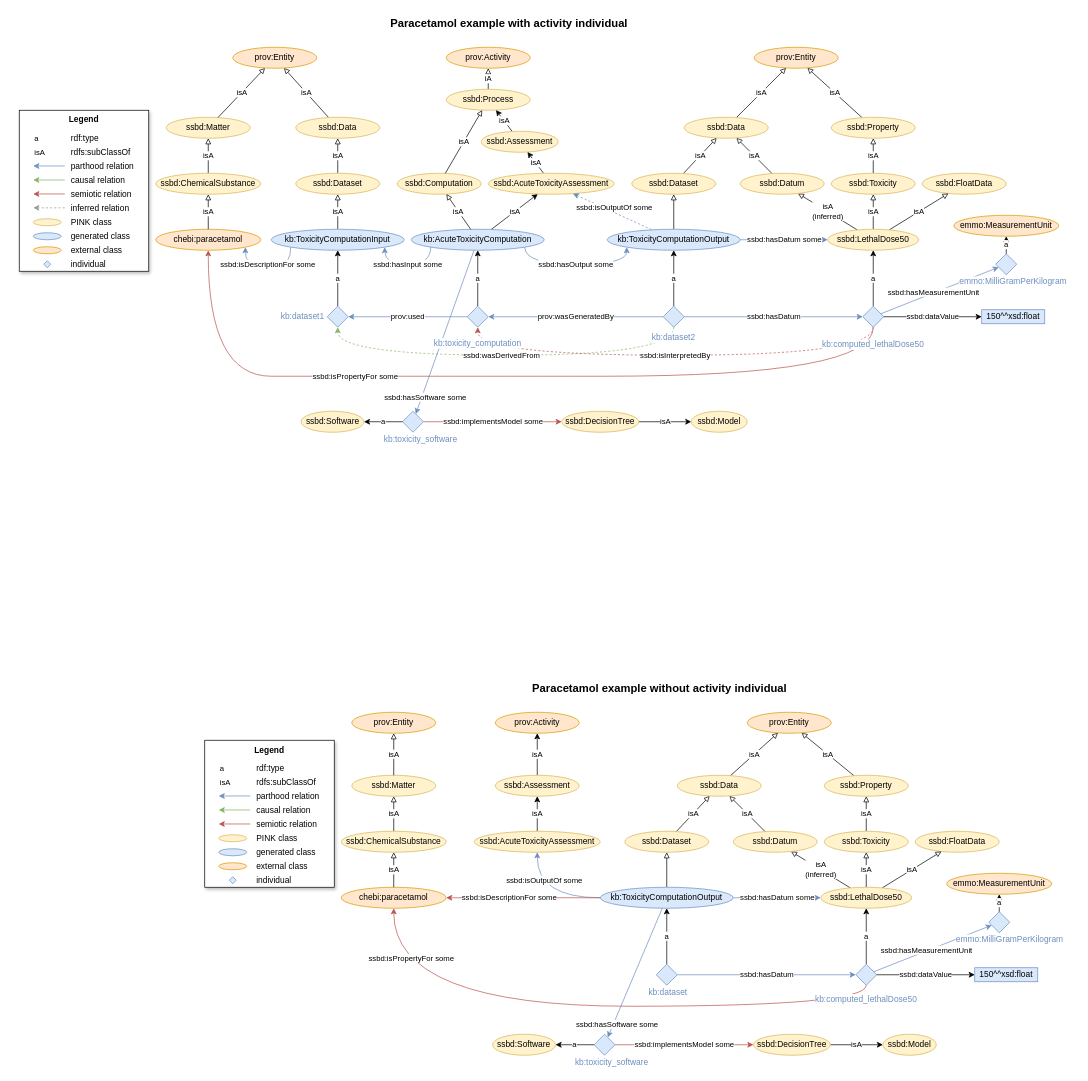
Above: page "example" (6 of 8) of docs/figs/figures.drawio in ssbd-ontology/core (draw.io), before the change. Source tidied: cells renumbered, new cells numbered last; positions are measured from the earlier drawing's top-left corner, leaving out a move shared by most shapes. Both pictures are drawn from the tidied source at 70%, with x=0, y=0 at pixel (12, 12).
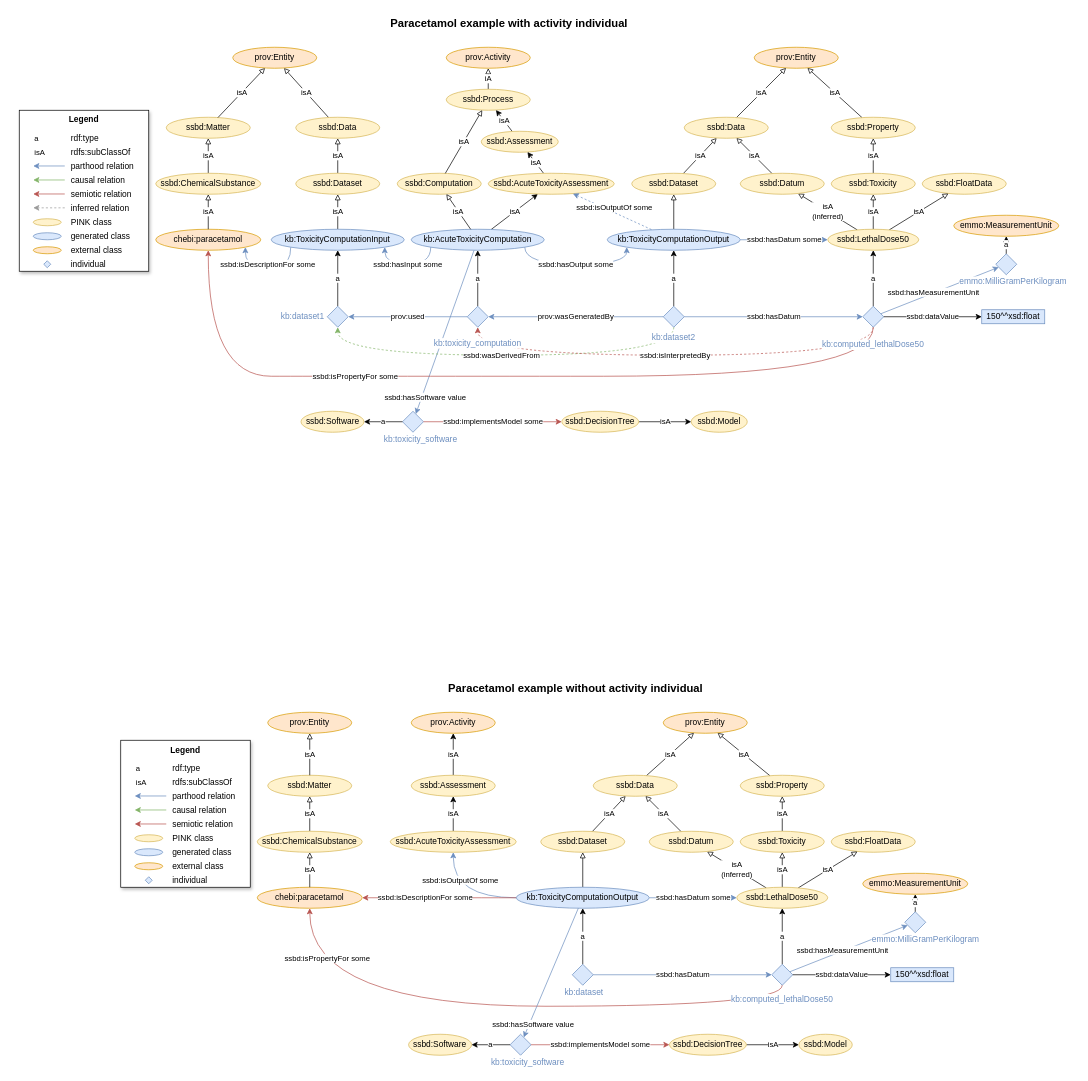
The same diagram, later.

Unchanged cells that the change refers to:
```xml
<mxCell id="21" value="kb:AcuteToxicityComputation" style="ellipse;whiteSpace=wrap;html=1;fillColor=#dae8fc;strokeColor=#6c8ebf;" parent="1" vertex="1">
  <mxGeometry x="570" y="310" width="190" height="30" as="geometry" />
</mxCell>
<mxCell id="75" style="rhombus;whiteSpace=wrap;html=1;fillColor=#dae8fc;strokeColor=#6c8ebf;" parent="1" vertex="1">
  <mxGeometry x="557.5" y="570" width="30" height="30" as="geometry" />
</mxCell>
```

What changed in the source:
```diff
@@
     <mxCell id="2" style="rounded=0;whiteSpace=wrap;html=1;labelBackgroundColor=default;fontColor=#6C8EBF;strokeColor=none;" parent="1" vertex="1">
-      <mxGeometry x="270" y="950" width="1240" height="560" as="geometry" />
+      <mxGeometry x="150" y="950" width="1240" height="560" as="geometry" />
     </mxCell>
@@
-    <mxCell id="4" value="ssbd:hasSoftware some" style="edgeStyle=none;shape=connector;rounded=0;jettySize=auto;html=1;strokeColor=#6c8ebf;align=center;verticalAlign=middle;fontFamily=Helvetica;fontSize=11;fontColor=default;labelBackgroundColor=default;endArrow=classic;endFill=1;fillColor=#dae8fc;" parent="1" edge="1" source="21" target="75">
+    <mxCell id="4" value="ssbd:hasSoftware value" style="edgeStyle=none;shape=connector;rounded=0;jettySize=auto;html=1;strokeColor=#6c8ebf;align=center;verticalAlign=middle;fontFamily=Helvetica;fontSize=11;fontColor=default;labelBackgroundColor=default;endArrow=classic;endFill=1;fillColor=#dae8fc;" parent="1" edge="1" source="21" target="75">
       <mxGeometry x="0.78" y="5" relative="1" as="geometry" />
     </mxCell>
@@
     <mxCell id="88" value="&lt;span style=&quot;font-size: 12px;&quot;&gt;emmo:MilliGramPerKilogram&lt;/span&gt;" style="text;html=1;whiteSpace=wrap;strokeColor=none;fillColor=none;align=center;verticalAlign=middle;rounded=0;fontFamily=Helvetica;fontSize=11;fontColor=#6C8EBF;labelBackgroundColor=default;" parent="1" vertex="1">
-      <mxGeometry x="1340" y="1315" width="170" height="20" as="geometry" />
+      <mxGeometry x="1220" y="1315" width="170" height="20" as="geometry" />
     </mxCell>
@@
     <mxCell id="90" value="chebi:paracetamol" style="ellipse;whiteSpace=wrap;html=1;fillColor=#ffe6cc;strokeColor=#d79b00;" parent="1" vertex="1">
-      <mxGeometry x="470" y="1250" width="150" height="30" as="geometry" />
+      <mxGeometry x="350" y="1250" width="150" height="30" as="geometry" />
     </mxCell>
     <mxCell id="91" value="ssbd:Matter" style="ellipse;whiteSpace=wrap;html=1;fillColor=#fff2cc;strokeColor=#d6b656;" parent="1" vertex="1">
-      <mxGeometry x="485" y="1090" width="120" height="30" as="geometry" />
+      <mxGeometry x="365" y="1090" width="120" height="30" as="geometry" />
     </mxCell>
@@
     <mxCell id="93" value="prov:Entity" style="ellipse;whiteSpace=wrap;html=1;fillColor=#ffe6cc;strokeColor=#d79b00;" parent="1" vertex="1">
-      <mxGeometry x="485" y="1000" width="120" height="30" as="geometry" />
+      <mxGeometry x="365" y="1000" width="120" height="30" as="geometry" />
     </mxCell>
     <mxCell id="94" value="prov:Activity" style="ellipse;whiteSpace=wrap;html=1;fillColor=#ffe6cc;strokeColor=#d79b00;" parent="1" vertex="1">
-      <mxGeometry x="690" y="1000" width="120" height="30" as="geometry" />
+      <mxGeometry x="570" y="1000" width="120" height="30" as="geometry" />
     </mxCell>
@@
     <mxCell id="97" value="kb:ToxicityComputationOutput" style="ellipse;whiteSpace=wrap;html=1;fillColor=#dae8fc;strokeColor=#6c8ebf;" parent="1" vertex="1">
-      <mxGeometry x="840" y="1250" width="190" height="30" as="geometry" />
+      <mxGeometry x="720" y="1250" width="190" height="30" as="geometry" />
     </mxCell>
     <mxCell id="98" value="a" style="rounded=0;jettySize=auto;html=1;" parent="1" edge="1" source="99">
       <mxGeometry relative="1" as="geometry">
-        <mxPoint x="935" y="1280" as="targetPoint" />
+        <mxPoint x="815" y="1280" as="targetPoint" />
       </mxGeometry>
     </mxCell>
     <mxCell id="99" style="rhombus;whiteSpace=wrap;html=1;fillColor=#dae8fc;strokeColor=#6c8ebf;" parent="1" vertex="1">
-      <mxGeometry x="920" y="1360" width="30" height="30" as="geometry" />
+      <mxGeometry x="800" y="1360" width="30" height="30" as="geometry" />
     </mxCell>
@@
     <mxCell id="101" value="ssbd:Property" style="ellipse;whiteSpace=wrap;html=1;fillColor=#fff2cc;strokeColor=#d6b656;" parent="1" vertex="1">
-      <mxGeometry x="1160" y="1090" width="120" height="30" as="geometry" />
+      <mxGeometry x="1040" y="1090" width="120" height="30" as="geometry" />
     </mxCell>
@@
     <mxCell id="104" value="ssbd:Toxicity" style="ellipse;whiteSpace=wrap;html=1;fillColor=#fff2cc;strokeColor=#d6b656;" parent="1" vertex="1">
-      <mxGeometry x="1160" y="1170" width="120" height="30" as="geometry" />
+      <mxGeometry x="1040" y="1170" width="120" height="30" as="geometry" />
     </mxCell>
@@
     <mxCell id="106" value="ssbd:Datum" style="ellipse;whiteSpace=wrap;html=1;fillColor=#fff2cc;strokeColor=#d6b656;" parent="1" vertex="1">
-      <mxGeometry x="1030" y="1170" width="120" height="30" as="geometry" />
+      <mxGeometry x="910" y="1170" width="120" height="30" as="geometry" />
     </mxCell>
     <mxCell id="107" value="isA" style="edgeStyle=none;shape=connector;rounded=0;orthogonalLoop=1;jettySize=auto;html=1;strokeColor=default;align=center;verticalAlign=middle;fontFamily=Helvetica;fontSize=11;fontColor=default;labelBackgroundColor=default;endArrow=block;endFill=0;" parent="1" edge="1">
       <mxGeometry relative="1" as="geometry">
-        <mxPoint x="550" y="1170" as="sourcePoint" />
+        <mxPoint x="430" y="1170" as="sourcePoint" />
       </mxGeometry>
     </mxCell>
     <mxCell id="108" value="prov:Entity" style="ellipse;whiteSpace=wrap;html=1;fillColor=#ffe6cc;strokeColor=#d79b00;" parent="1" vertex="1">
-      <mxGeometry x="1050" y="1000" width="120" height="30" as="geometry" />
+      <mxGeometry x="930" y="1000" width="120" height="30" as="geometry" />
     </mxCell>
@@
     <mxCell id="110" style="rhombus;whiteSpace=wrap;html=1;fillColor=#dae8fc;strokeColor=#6c8ebf;" parent="1" vertex="1">
-      <mxGeometry x="1205" y="1360" width="30" height="30" as="geometry" />
+      <mxGeometry x="1085" y="1360" width="30" height="30" as="geometry" />
     </mxCell>
@@
     <mxCell id="112" value="ssbd:isPropertyFor some" style="edgeStyle=orthogonalEdgeStyle;shape=connector;rounded=0;jettySize=auto;html=1;strokeColor=#b85450;align=center;verticalAlign=middle;fontFamily=Helvetica;fontSize=11;fontColor=default;labelBackgroundColor=default;endArrow=classic;endFill=1;curved=1;fillColor=#f8cecc;exitX=0.5;exitY=1;exitDx=0;exitDy=0;" parent="1" edge="1" source="110" target="90">
       <mxGeometry x="0.83" y="-25" relative="1" as="geometry">
         <Array as="points">
-          <mxPoint x="1220" y="1420" />
-          <mxPoint x="545" y="1420" />
+          <mxPoint x="1100" y="1420" />
+          <mxPoint x="425" y="1420" />
         </Array>
       </mxGeometry>
     </mxCell>
     <mxCell id="113" value="kb:computed_lethalDose50" style="text;html=1;align=center;verticalAlign=middle;whiteSpace=wrap;rounded=0;labelBackgroundColor=default;fontColor=#6C8EBF;" parent="1" vertex="1">
-      <mxGeometry x="1190" y="1400" width="60" height="20" as="geometry" />
+      <mxGeometry x="1070" y="1400" width="60" height="20" as="geometry" />
     </mxCell>
     <mxCell id="114" value="ssbd:FloatData" style="ellipse;whiteSpace=wrap;html=1;fillColor=#fff2cc;strokeColor=#d6b656;" parent="1" vertex="1">
-      <mxGeometry x="1290" y="1170" width="120" height="30" as="geometry" />
+      <mxGeometry x="1170" y="1170" width="120" height="30" as="geometry" />
     </mxCell>
     <mxCell id="115" value="150^^xsd:float" style="rounded=0;whiteSpace=wrap;html=1;fillColor=#dae8fc;strokeColor=#6c8ebf;" parent="1" vertex="1">
-      <mxGeometry x="1375" y="1365" width="90" height="20" as="geometry" />
+      <mxGeometry x="1255" y="1365" width="90" height="20" as="geometry" />
     </mxCell>
@@
     <mxCell id="117" value="emmo:MeasurementUnit" style="ellipse;whiteSpace=wrap;html=1;fillColor=#ffe6cc;strokeColor=#d79b00;" parent="1" vertex="1">
-      <mxGeometry x="1335" y="1230" width="150" height="30" as="geometry" />
+      <mxGeometry x="1215" y="1230" width="150" height="30" as="geometry" />
     </mxCell>
@@
     <mxCell id="120" value="ssbd:LethalDose50" style="ellipse;whiteSpace=wrap;html=1;fillColor=#fff2cc;strokeColor=#d6b656;" parent="1" vertex="1">
-      <mxGeometry x="1155" y="1250" width="130" height="30" as="geometry" />
+      <mxGeometry x="1035" y="1250" width="130" height="30" as="geometry" />
     </mxCell>
     <mxCell id="121" style="group;" parent="1" vertex="1">
-      <mxGeometry x="275" y="1040" width="185" height="210" as="geometry" />
+      <mxGeometry x="155" y="1040" width="185" height="210" as="geometry" />
     </mxCell>
@@
     <mxCell id="142" value="ssbd:Dataset" style="ellipse;whiteSpace=wrap;html=1;fillColor=#fff2cc;strokeColor=#d6b656;" parent="1" vertex="1">
-      <mxGeometry x="875" y="1170" width="120" height="30" as="geometry" />
+      <mxGeometry x="755" y="1170" width="120" height="30" as="geometry" />
     </mxCell>
@@
     <mxCell id="144" value="ssbd:Data" style="ellipse;whiteSpace=wrap;html=1;fillColor=#fff2cc;strokeColor=#d6b656;" parent="1" vertex="1">
-      <mxGeometry x="950" y="1090" width="120" height="30" as="geometry" />
+      <mxGeometry x="830" y="1090" width="120" height="30" as="geometry" />
     </mxCell>
     <mxCell id="145" value="ssbd:ChemicalSubstance" style="ellipse;whiteSpace=wrap;html=1;fillColor=#fff2cc;strokeColor=#d6b656;" parent="1" vertex="1">
-      <mxGeometry x="470" y="1170" width="150" height="30" as="geometry" />
+      <mxGeometry x="350" y="1170" width="150" height="30" as="geometry" />
     </mxCell>
@@
     <mxCell id="147" style="rhombus;whiteSpace=wrap;html=1;fillColor=#dae8fc;strokeColor=#6c8ebf;" parent="1" vertex="1">
-      <mxGeometry x="1395" y="1285" width="30" height="30" as="geometry" />
+      <mxGeometry x="1275" y="1285" width="30" height="30" as="geometry" />
     </mxCell>
@@
     <mxCell id="150" value="ssbd:Assessment" style="ellipse;whiteSpace=wrap;html=1;fillColor=#fff2cc;strokeColor=#d6b656;" parent="1" vertex="1">
-      <mxGeometry x="690" y="1090" width="120" height="30" as="geometry" />
+      <mxGeometry x="570" y="1090" width="120" height="30" as="geometry" />
     </mxCell>
@@
     <mxCell id="152" value="ssbd:AcuteToxicityAssessment" style="ellipse;whiteSpace=wrap;html=1;fillColor=#fff2cc;strokeColor=#d6b656;" parent="1" vertex="1">
-      <mxGeometry x="660" y="1170" width="180" height="30" as="geometry" />
+      <mxGeometry x="540" y="1170" width="180" height="30" as="geometry" />
     </mxCell>
     <mxCell id="153" value="&lt;b&gt;&lt;font style=&quot;font-size: 16px;&quot;&gt;Paracetamol example without activity individual&lt;/font&gt;&lt;/b&gt;" style="text;html=1;align=center;verticalAlign=middle;whiteSpace=wrap;rounded=0;" parent="1" vertex="1">
-      <mxGeometry x="620" y="950" width="610" height="30" as="geometry" />
+      <mxGeometry x="500" y="950" width="610" height="30" as="geometry" />
     </mxCell>
@@
     <mxCell id="155" value="kb:dataset" style="text;html=1;align=center;verticalAlign=middle;whiteSpace=wrap;rounded=0;fontColor=#6C8EBF;labelBackgroundColor=default;" parent="1" vertex="1">
-      <mxGeometry x="907" y="1390" width="60" height="20" as="geometry" />
+      <mxGeometry x="787" y="1390" width="60" height="20" as="geometry" />
     </mxCell>
@@
     <mxCell id="181" style="rhombus;whiteSpace=wrap;html=1;fillColor=#dae8fc;strokeColor=#6c8ebf;" parent="1" vertex="1">
-      <mxGeometry x="831.2" y="1460" width="30" height="30" as="geometry" />
+      <mxGeometry x="711.2" y="1460" width="30" height="30" as="geometry" />
     </mxCell>
@@
     <mxCell id="183" value="kb:toxicity_software" style="text;html=1;align=right;verticalAlign=middle;whiteSpace=wrap;rounded=0;fontColor=#6C8EBF;" parent="1" vertex="1">
-      <mxGeometry x="781.2" y="1490" width="130" height="20" as="geometry" />
+      <mxGeometry x="661.2" y="1490" width="130" height="20" as="geometry" />
     </mxCell>
     <mxCell id="184" value="ssbd:Software" style="ellipse;whiteSpace=wrap;html=1;fillColor=#fff2cc;strokeColor=#d6b656;" parent="1" vertex="1">
-      <mxGeometry x="686.2" y="1460" width="90" height="30" as="geometry" />
+      <mxGeometry x="566.2" y="1460" width="90" height="30" as="geometry" />
     </mxCell>
@@
     <mxCell id="186" value="ssbd:DecisionTree" style="ellipse;whiteSpace=wrap;html=1;fillColor=#fff2cc;strokeColor=#d6b656;" parent="1" vertex="1">
-      <mxGeometry x="1058.8" y="1460" width="110" height="30" as="geometry" />
+      <mxGeometry x="938.8" y="1460" width="110" height="30" as="geometry" />
     </mxCell>
@@
     <mxCell id="188" value="ssbd:Model" style="ellipse;whiteSpace=wrap;html=1;fillColor=#fff2cc;strokeColor=#d6b656;" parent="1" vertex="1">
-      <mxGeometry x="1243.8" y="1460" width="76.2" height="30" as="geometry" />
+      <mxGeometry x="1123.8" y="1460" width="76.2" height="30" as="geometry" />
     </mxCell>
-    <mxCell id="189" value="ssbd:hasSoftware some" style="edgeStyle=none;shape=connector;rounded=0;jettySize=auto;html=1;strokeColor=#6c8ebf;align=center;verticalAlign=middle;fontFamily=Helvetica;fontSize=11;fontColor=default;labelBackgroundColor=default;endArrow=classic;endFill=1;fillColor=#dae8fc;" parent="1" edge="1" source="97" target="181">
+    <mxCell id="189" value="ssbd:hasSoftware value" style="edgeStyle=none;shape=connector;rounded=0;jettySize=auto;html=1;strokeColor=#6c8ebf;align=center;verticalAlign=middle;fontFamily=Helvetica;fontSize=11;fontColor=default;labelBackgroundColor=default;endArrow=classic;endFill=1;fillColor=#dae8fc;" parent="1" edge="1" source="97" target="181">
       <mxGeometry x="0.78" y="5" relative="1" as="geometry" />
     </mxCell>
```
